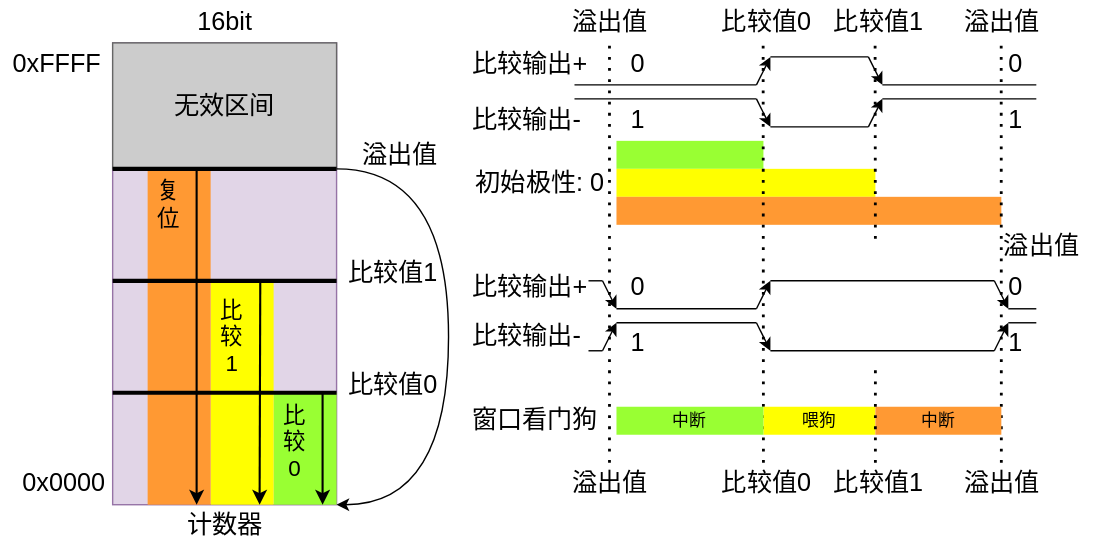
This is doc/图库/数据手册/定时器工作模式.svg from ZPNMiaoHeng/SparrowRV, a draw.io export, as it was before one commit. Source tidied: cells renumbered, new cells last; positions are measured from the earlier drawing's top-left corner, leaving out a move shared by most shapes.
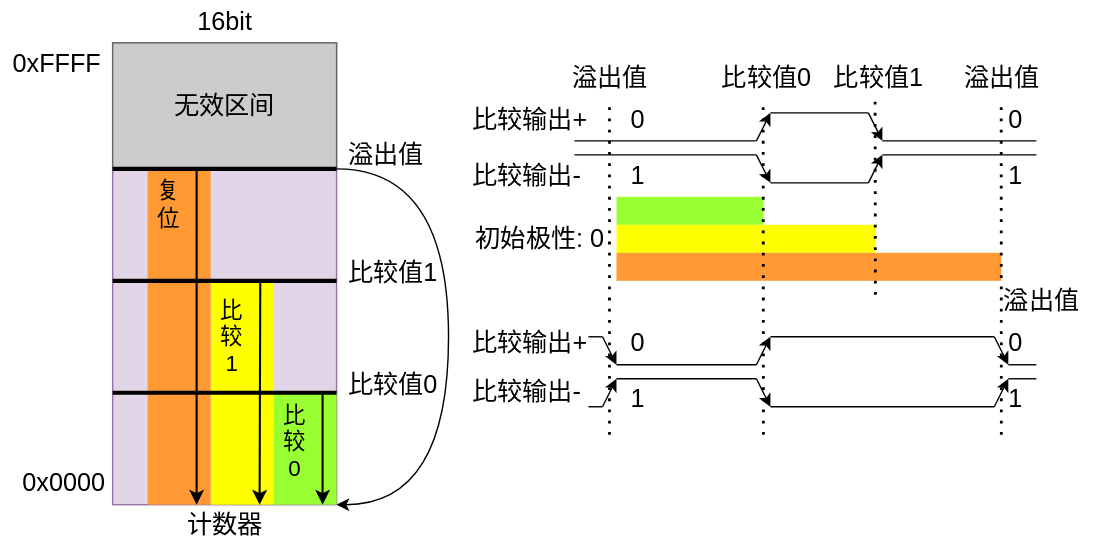
The same file after the commit.

Change to the diagram source:
```diff
@@ -12,38 +12,38 @@
       <mxGeometry x="440" y="140" width="275" height="20" as="geometry" />
     </mxCell>
     <mxCell id="5" style="rounded=0;whiteSpace=wrap;html=1;fontSize=18;fillColor=#e1d5e7;strokeColor=#9673a6;" parent="1" vertex="1">
-      <mxGeometry x="80" y="30" width="160" height="330" as="geometry" />
+      <mxGeometry x="80" y="-10" width="160" height="330" as="geometry" />
     </mxCell>
     <mxCell id="6" value="溢出值" style="text;html=1;align=center;verticalAlign=middle;strokeColor=none;fillColor=none;fontSize=18;" parent="1" vertex="1">
-      <mxGeometry x="250" y="95" width="70" height="30" as="geometry" />
+      <mxGeometry x="240" y="55" width="70" height="30" as="geometry" />
     </mxCell>
     <mxCell id="7" value="计数器" style="text;html=1;align=center;verticalAlign=middle;strokeColor=none;fillColor=none;fontSize=18;" parent="1" vertex="1">
-      <mxGeometry x="125" y="360" width="70" height="30" as="geometry" />
+      <mxGeometry x="125" y="320" width="70" height="30" as="geometry" />
     </mxCell>
     <mxCell id="8" value="16bit" style="text;html=1;align=center;verticalAlign=middle;strokeColor=none;fillColor=none;fontSize=18;" parent="1" vertex="1">
-      <mxGeometry x="135" width="50" height="30" as="geometry" />
+      <mxGeometry x="135" y="-40" width="50" height="30" as="geometry" />
     </mxCell>
     <mxCell id="9" value="0x0000" style="text;html=1;align=center;verticalAlign=middle;strokeColor=none;fillColor=none;fontSize=18;" parent="1" vertex="1">
-      <mxGeometry x="10" y="330" width="70" height="30" as="geometry" />
+      <mxGeometry x="10" y="290" width="70" height="30" as="geometry" />
     </mxCell>
     <mxCell id="10" value="0xFFFF" style="text;html=1;align=center;verticalAlign=middle;strokeColor=none;fillColor=none;fontSize=18;" parent="1" vertex="1">
-      <mxGeometry y="30" width="80" height="30" as="geometry" />
+      <mxGeometry y="-10" width="80" height="30" as="geometry" />
     </mxCell>
     <mxCell id="11" value="无效区间" style="rounded=0;whiteSpace=wrap;html=1;fontSize=18;fillColor=#CCCCCC;strokeColor=#666666;" parent="1" vertex="1">
-      <mxGeometry x="80" y="30" width="160" height="90" as="geometry" />
+      <mxGeometry x="80" y="-10" width="160" height="90" as="geometry" />
     </mxCell>
     <mxCell id="12" value="比较值1" style="text;html=1;align=center;verticalAlign=middle;strokeColor=none;fillColor=none;fontSize=18;" parent="1" vertex="1">
-      <mxGeometry x="240" y="180" width="80" height="30" as="geometry" />
+      <mxGeometry x="240" y="140" width="80" height="30" as="geometry" />
     </mxCell>
     <mxCell id="13" value="比较值0" style="text;html=1;align=center;verticalAlign=middle;strokeColor=none;fillColor=none;fontSize=18;" parent="1" vertex="1">
-      <mxGeometry x="240" y="260" width="80" height="30" as="geometry" />
+      <mxGeometry x="240" y="220" width="80" height="30" as="geometry" />
     </mxCell>
     <mxCell id="14" value="初始极性: 0" style="text;html=1;align=center;verticalAlign=middle;strokeColor=none;fillColor=none;fontSize=18;" parent="1" vertex="1">
       <mxGeometry x="330" y="115" width="110" height="30" as="geometry" />
     </mxCell>
     <mxCell id="15" style="endArrow=none;dashed=1;html=1;dashPattern=1 3;strokeWidth=2;rounded=0;fontSize=18;" parent="1" edge="1">
       <mxGeometry relative="1" as="geometry">
-        <mxPoint x="435" y="330" as="sourcePoint" />
+        <mxPoint x="435" y="270" as="sourcePoint" />
         <mxPoint x="435" y="30" as="targetPoint" />
       </mxGeometry>
     </mxCell>
@@ -58,7 +58,7 @@
     </mxCell>
     <mxCell id="19" style="endArrow=none;dashed=1;html=1;dashPattern=1 3;strokeWidth=2;rounded=0;fontSize=18;" parent="1" edge="1">
       <mxGeometry relative="1" as="geometry">
-        <mxPoint x="715" y="330" as="sourcePoint" />
+        <mxPoint x="715" y="270" as="sourcePoint" />
         <mxPoint x="714.9" y="30" as="targetPoint" />
       </mxGeometry>
     </mxCell>
@@ -70,7 +70,7 @@
     </mxCell>
     <mxCell id="21" style="endArrow=none;dashed=1;html=1;dashPattern=1 3;strokeWidth=2;rounded=0;fontSize=18;" parent="1" edge="1">
       <mxGeometry relative="1" as="geometry">
-        <mxPoint x="545" y="330" as="sourcePoint" />
+        <mxPoint x="545" y="270" as="sourcePoint" />
         <mxPoint x="544.8" y="30" as="targetPoint" />
       </mxGeometry>
     </mxCell>
@@ -247,10 +247,10 @@
     </mxCell>
     <mxCell id="55" style="endArrow=classic;html=1;rounded=0;fontSize=18;strokeWidth=1;entryX=1;entryY=1;entryDx=0;entryDy=0;edgeStyle=orthogonalEdgeStyle;curved=1;" parent="1" edge="1" target="5">
       <mxGeometry relative="1" as="geometry">
-        <mxPoint x="240" y="120" as="sourcePoint" />
+        <mxPoint x="240" y="80" as="sourcePoint" />
         <Array as="points">
-          <mxPoint x="320" y="120" />
-          <mxPoint x="320" y="360" />
+          <mxPoint x="320" y="80" />
+          <mxPoint x="320" y="320" />
         </Array>
       </mxGeometry>
     </mxCell>
@@ -261,62 +261,32 @@
       <mxGeometry x="715" y="160" width="70" height="30" as="geometry" />
     </mxCell>
     <mxCell id="58" style="rounded=0;whiteSpace=wrap;html=1;strokeColor=none;fillColor=#99FF33;" parent="1" vertex="1">
-      <mxGeometry x="195" y="280" width="45" height="80" as="geometry" />
+      <mxGeometry x="195" y="240" width="45" height="80" as="geometry" />
     </mxCell>
     <mxCell id="59" style="rounded=0;whiteSpace=wrap;html=1;strokeColor=none;fillColor=#FFFF00;" parent="1" vertex="1">
-      <mxGeometry x="150" y="200" width="45" height="160" as="geometry" />
+      <mxGeometry x="150" y="160" width="45" height="160" as="geometry" />
     </mxCell>
     <mxCell id="60" style="rounded=0;whiteSpace=wrap;html=1;strokeColor=none;fillColor=#FF9933;" parent="1" vertex="1">
-      <mxGeometry x="105" y="120" width="45" height="240" as="geometry" />
+      <mxGeometry x="105" y="80" width="45" height="240" as="geometry" />
     </mxCell>
     <mxCell id="61" style="endArrow=none;html=1;rounded=0;fontSize=18;strokeWidth=3;" parent="1" edge="1">
       <mxGeometry relative="1" as="geometry">
-        <mxPoint x="80" y="280" as="sourcePoint" />
-        <mxPoint x="240" y="280" as="targetPoint" />
+        <mxPoint x="80" y="240" as="sourcePoint" />
+        <mxPoint x="240" y="240" as="targetPoint" />
       </mxGeometry>
     </mxCell>
     <mxCell id="62" style="endArrow=none;html=1;rounded=0;fontSize=18;strokeWidth=3;" parent="1" edge="1">
       <mxGeometry relative="1" as="geometry">
-        <mxPoint x="80" y="200" as="sourcePoint" />
-        <mxPoint x="240" y="200" as="targetPoint" />
+        <mxPoint x="80" y="160" as="sourcePoint" />
+        <mxPoint x="240" y="160" as="targetPoint" />
       </mxGeometry>
     </mxCell>
     <mxCell id="63" style="endArrow=none;html=1;rounded=0;fontSize=18;strokeWidth=3;" parent="1" edge="1">
       <mxGeometry relative="1" as="geometry">
-        <mxPoint x="80" y="120" as="sourcePoint" />
-        <mxPoint x="240" y="120" as="targetPoint" />
+        <mxPoint x="80" y="80" as="sourcePoint" />
+        <mxPoint x="240" y="80" as="targetPoint" />
       </mxGeometry>
     </mxCell>
-    <mxCell id="64" value="窗口看门狗" style="text;html=1;align=left;verticalAlign=middle;strokeColor=none;fillColor=none;fontSize=18;" parent="1" vertex="1">
-      <mxGeometry x="335" y="285" width="110" height="30" as="geometry" />
-    </mxCell>
-    <mxCell id="65" value="喂狗" style="rounded=0;whiteSpace=wrap;html=1;strokeColor=none;fillColor=#FFFF00;" parent="1" vertex="1">
-      <mxGeometry x="545" y="290" width="80" height="20" as="geometry" />
-    </mxCell>
-    <mxCell id="66" value="中断" style="rounded=0;whiteSpace=wrap;html=1;strokeColor=none;fillColor=#99FF33;" parent="1" vertex="1">
-      <mxGeometry x="440" y="290" width="105" height="20" as="geometry" />
-    </mxCell>
-    <mxCell id="67" value="中断" style="rounded=0;whiteSpace=wrap;html=1;strokeColor=none;fillColor=#FF9933;" parent="1" vertex="1">
-      <mxGeometry x="625" y="290" width="90" height="20" as="geometry" />
-    </mxCell>
-    <mxCell id="68" style="endArrow=none;dashed=1;html=1;dashPattern=1 3;strokeWidth=2;rounded=0;fontSize=18;" parent="1" edge="1">
-      <mxGeometry relative="1" as="geometry">
-        <mxPoint x="625" y="330" as="sourcePoint" />
-        <mxPoint x="625" y="260" as="targetPoint" />
-      </mxGeometry>
-    </mxCell>
-    <mxCell id="69" value="溢出值" style="text;html=1;align=center;verticalAlign=middle;strokeColor=none;fillColor=none;fontSize=18;" parent="1" vertex="1">
-      <mxGeometry x="400" y="330" width="70" height="30" as="geometry" />
-    </mxCell>
-    <mxCell id="70" value="比较值0" style="text;html=1;align=center;verticalAlign=middle;strokeColor=none;fillColor=none;fontSize=18;" parent="1" vertex="1">
-      <mxGeometry x="507" y="330" width="80" height="30" as="geometry" />
-    </mxCell>
-    <mxCell id="71" value="比较值1" style="text;html=1;align=center;verticalAlign=middle;strokeColor=none;fillColor=none;fontSize=18;" parent="1" vertex="1">
-      <mxGeometry x="587" y="330" width="80" height="30" as="geometry" />
-    </mxCell>
-    <mxCell id="72" value="溢出值" style="text;html=1;align=center;verticalAlign=middle;strokeColor=none;fillColor=none;fontSize=18;" parent="1" vertex="1">
-      <mxGeometry x="680" y="330" width="70" height="30" as="geometry" />
-    </mxCell>
     <mxCell id="73" value="比较输出-" style="text;html=1;align=left;verticalAlign=middle;strokeColor=none;fillColor=none;fontSize=18;" parent="1" vertex="1">
       <mxGeometry x="335" y="70" width="90" height="30" as="geometry" />
     </mxCell>
@@ -328,30 +298,30 @@
     </mxCell>
     <mxCell id="76" style="endArrow=classic;html=1;rounded=0;fontSize=18;strokeWidth=1.5;endFill=1;" parent="1" edge="1">
       <mxGeometry relative="1" as="geometry">
-        <mxPoint x="185.5" y="200" as="sourcePoint" />
-        <mxPoint x="185" y="360" as="targetPoint" />
+        <mxPoint x="185.5" y="160" as="sourcePoint" />
+        <mxPoint x="185" y="320" as="targetPoint" />
       </mxGeometry>
     </mxCell>
     <mxCell id="77" style="endArrow=classic;html=1;rounded=0;fontSize=18;strokeWidth=1.5;endFill=1;" parent="1" edge="1">
       <mxGeometry relative="1" as="geometry">
-        <mxPoint x="140" y="120" as="sourcePoint" />
-        <mxPoint x="140" y="360" as="targetPoint" />
+        <mxPoint x="140" y="80" as="sourcePoint" />
+        <mxPoint x="140" y="320" as="targetPoint" />
       </mxGeometry>
     </mxCell>
     <mxCell id="78" style="endArrow=classic;html=1;rounded=0;fontSize=18;strokeWidth=1.5;endFill=1;" parent="1" edge="1">
       <mxGeometry relative="1" as="geometry">
-        <mxPoint x="230" y="280" as="sourcePoint" />
-        <mxPoint x="230" y="360" as="targetPoint" />
+        <mxPoint x="230" y="240" as="sourcePoint" />
+        <mxPoint x="230" y="320" as="targetPoint" />
       </mxGeometry>
     </mxCell>
     <mxCell id="79" value="复&lt;br style=&quot;font-size: 16px;&quot;&gt;位" style="text;html=1;align=center;verticalAlign=middle;strokeColor=none;fillColor=none;fontSize=16;" parent="1" vertex="1">
-      <mxGeometry x="105" y="125" width="30" height="40" as="geometry" />
+      <mxGeometry x="105" y="85" width="30" height="40" as="geometry" />
     </mxCell>
     <mxCell id="80" value="比&lt;br style=&quot;font-size: 16px;&quot;&gt;较&lt;br style=&quot;font-size: 16px;&quot;&gt;1" style="text;html=1;align=center;verticalAlign=middle;strokeColor=none;fillColor=none;fontSize=16;" parent="1" vertex="1">
-      <mxGeometry x="150" y="210" width="30" height="60" as="geometry" />
+      <mxGeometry x="150" y="170" width="30" height="60" as="geometry" />
     </mxCell>
     <mxCell id="81" value="比&lt;br style=&quot;font-size: 16px;&quot;&gt;较&lt;br style=&quot;font-size: 16px;&quot;&gt;0" style="text;html=1;align=center;verticalAlign=middle;strokeColor=none;fillColor=none;fontSize=16;" parent="1" vertex="1">
-      <mxGeometry x="195" y="285" width="30" height="60" as="geometry" />
+      <mxGeometry x="195" y="245" width="30" height="60" as="geometry" />
     </mxCell>
   </root>
 </mxGraphModel>
```
